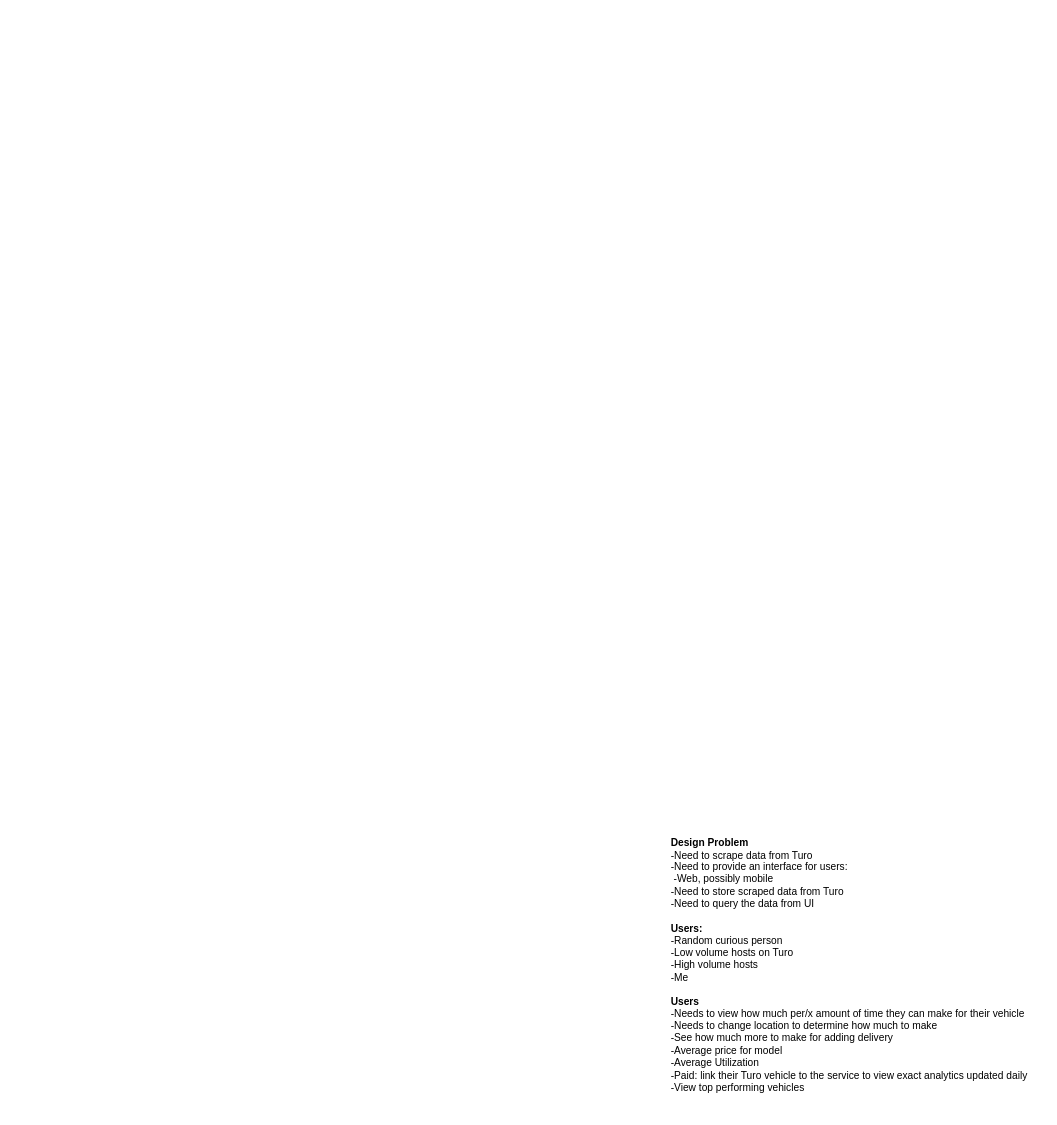
The draw.io diagram page "Problem & Assumptions" (1 of 6) of design/System Design.drawio in jacob-petterle/turo-scraper, before the edit. Source tidied: cells renumbered, new cells numbered last; positions are measured from the earlier drawing's top-left corner, leaving out a move shared by most shapes. Both pictures are drawn from the tidied source at 85%, with x=0, y=0 at pixel (669, 830).
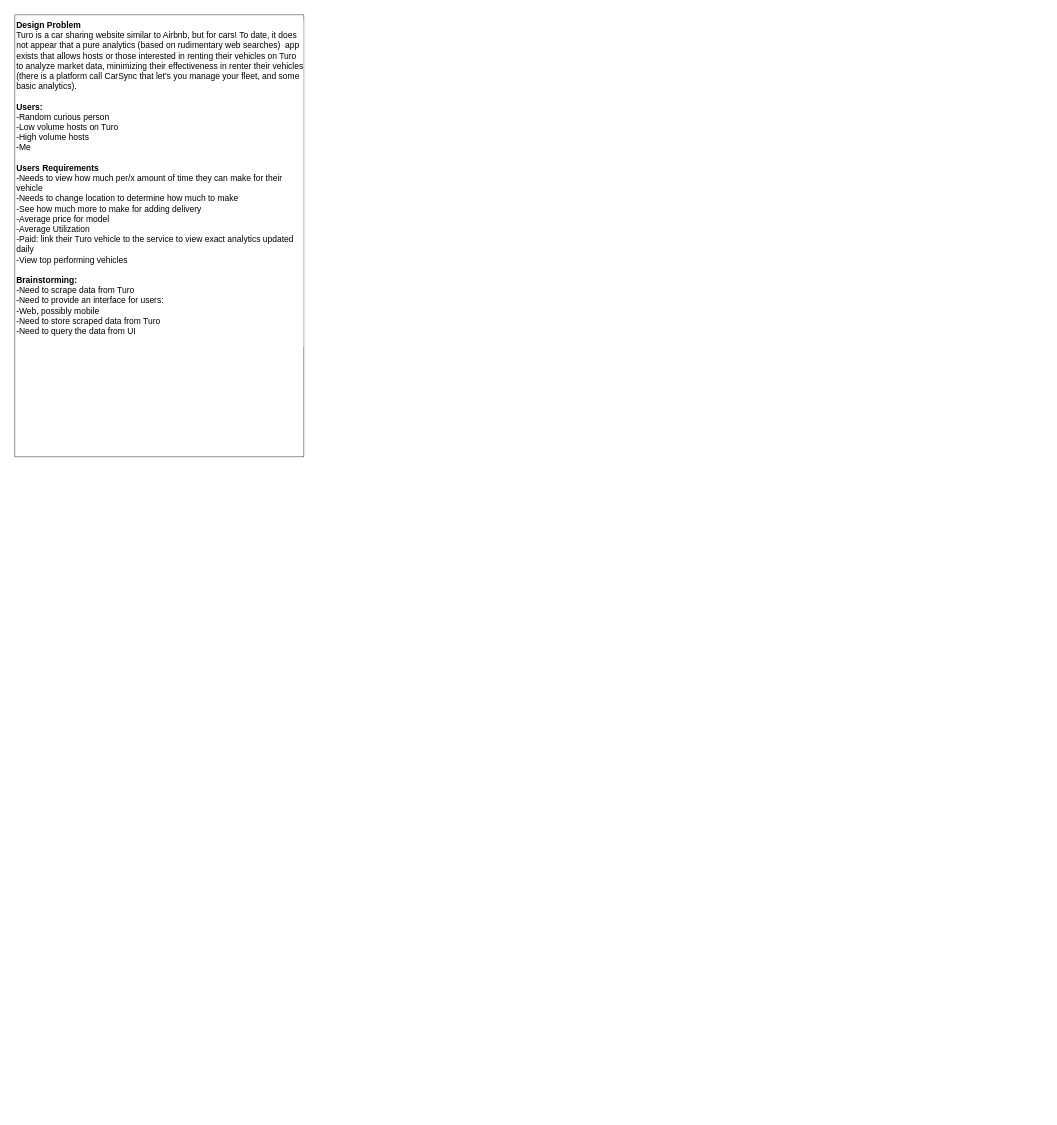
The same diagram, later.

Change to the diagram source:
```diff
@@
 <mxGraphModel>
   <root>
     <mxCell id="0" />
     <mxCell id="1" parent="0" />
-    <mxCell id="2" value="&lt;div style=&quot;&quot;&gt;&lt;/div&gt;&lt;b&gt;Design Problem&lt;/b&gt;&lt;br&gt;&lt;div style=&quot;&quot;&gt;-Need to scrape data from Turo&lt;/div&gt;&lt;div style=&quot;&quot;&gt;-Need to provide an interface for users:&lt;/div&gt;&lt;div style=&quot;&quot;&gt;&lt;span style=&quot;white-space: pre;&quot;&gt; &lt;/span&gt;-Web, possibly mobile&lt;br&gt;&lt;/div&gt;&lt;div style=&quot;&quot;&gt;-Need to store scraped data from Turo&lt;/div&gt;&lt;div style=&quot;&quot;&gt;-Need to query the data from UI&lt;/div&gt;&lt;div style=&quot;&quot;&gt;&lt;br&gt;&lt;/div&gt;&lt;div style=&quot;&quot;&gt;&lt;b&gt;Users:&lt;/b&gt;&lt;/div&gt;&lt;div style=&quot;&quot;&gt;-Random curious person&lt;/div&gt;&lt;div style=&quot;&quot;&gt;-Low volume hosts on Turo&lt;/div&gt;&lt;div style=&quot;&quot;&gt;-High volume hosts&lt;/div&gt;&lt;div style=&quot;&quot;&gt;-Me&lt;/div&gt;&lt;div style=&quot;&quot;&gt;&lt;br&gt;&lt;/div&gt;&lt;div style=&quot;&quot;&gt;&lt;b&gt;Users&lt;/b&gt;&lt;/div&gt;&lt;div style=&quot;&quot;&gt;-Needs to view how much per/x amount of time they can make for their vehicle&lt;/div&gt;&lt;div style=&quot;&quot;&gt;-Needs to change location to determine how much to make&lt;/div&gt;&lt;div style=&quot;&quot;&gt;-See how much more to make for adding delivery&lt;/div&gt;&lt;div style=&quot;&quot;&gt;-Average price for model&lt;/div&gt;&lt;div style=&quot;&quot;&gt;-Average Utilization&lt;/div&gt;&lt;div style=&quot;&quot;&gt;-Paid: link their Turo vehicle to the service to view exact analytics updated daily&lt;/div&gt;&lt;div style=&quot;&quot;&gt;-View top performing vehicles&lt;/div&gt;&lt;div style=&quot;&quot;&gt;&lt;br&gt;&lt;/div&gt;" style="text;html=1;align=left;verticalAlign=middle;strokeColor=none;fillColor=none;" parent="1" vertex="1">
-      <mxGeometry width="440" height="330" as="geometry" />
-    </mxCell>
+    <mxCell id="3" value="&lt;div&gt;&lt;font color=&quot;#000000&quot;&gt;&lt;b&gt;Design Problem&lt;/b&gt;&lt;/font&gt;&lt;/div&gt;&lt;div&gt;&lt;font color=&quot;#000000&quot;&gt;Turo is a car sharing website similar to Airbnb, but for cars! To date, it does not appear that&amp;nbsp;&lt;/font&gt;&lt;span style=&quot;color: rgb(0, 0, 0);&quot;&gt;a pure analytics (based on rudimentary web searches)&amp;nbsp; app exists that allows hosts or those interested&amp;nbsp;&lt;/span&gt;&lt;span style=&quot;color: rgb(0, 0, 0);&quot;&gt;in renting their vehicles on Turo to analyze market data, minimizing their effectiveness in renter their vehicles (there is a platform call CarSync that let's&amp;nbsp;&lt;/span&gt;&lt;span style=&quot;color: rgb(0, 0, 0);&quot;&gt;you manage your fleet, and some basic analytics).&amp;nbsp;&amp;nbsp;&lt;/span&gt;&lt;/div&gt;&lt;div&gt;&lt;font color=&quot;#000000&quot;&gt;&lt;br&gt;&lt;/font&gt;&lt;/div&gt;&lt;div&gt;&lt;b style=&quot;color: rgb(0, 0, 0);&quot;&gt;Users:&lt;/b&gt;&lt;br&gt;&lt;/div&gt;&lt;div&gt;&lt;font color=&quot;#000000&quot;&gt;-Random curious person&lt;/font&gt;&lt;/div&gt;&lt;div&gt;&lt;font color=&quot;#000000&quot;&gt;-Low volume hosts on Turo&lt;/font&gt;&lt;/div&gt;&lt;div&gt;&lt;font color=&quot;#000000&quot;&gt;-High volume hosts&lt;/font&gt;&lt;/div&gt;&lt;div&gt;&lt;font color=&quot;#000000&quot;&gt;-Me&lt;/font&gt;&lt;/div&gt;&lt;div&gt;&lt;font color=&quot;#000000&quot;&gt;&lt;br&gt;&lt;/font&gt;&lt;/div&gt;&lt;div&gt;&lt;font color=&quot;#000000&quot;&gt;&lt;b&gt;Users Requirements&lt;/b&gt;&lt;/font&gt;&lt;/div&gt;&lt;div&gt;&lt;font color=&quot;#000000&quot;&gt;-Needs to view how much per/x amount of time they can make for their vehicle&lt;/font&gt;&lt;/div&gt;&lt;div&gt;&lt;font color=&quot;#000000&quot;&gt;-Needs to change location to determine how much to make&lt;/font&gt;&lt;/div&gt;&lt;div&gt;&lt;font color=&quot;#000000&quot;&gt;-See how much more to make for adding delivery&lt;/font&gt;&lt;/div&gt;&lt;div&gt;&lt;font color=&quot;#000000&quot;&gt;-Average price for model&lt;/font&gt;&lt;/div&gt;&lt;div&gt;&lt;font color=&quot;#000000&quot;&gt;-Average Utilization&lt;/font&gt;&lt;/div&gt;&lt;div&gt;&lt;font color=&quot;#000000&quot;&gt;-Paid: link their Turo vehicle to the service to view exact analytics updated daily&lt;/font&gt;&lt;/div&gt;&lt;div&gt;&lt;font color=&quot;#000000&quot;&gt;-View top performing vehicles&lt;/font&gt;&lt;/div&gt;&lt;div&gt;&lt;font color=&quot;#000000&quot;&gt;&lt;br&gt;&lt;/font&gt;&lt;/div&gt;&lt;div&gt;&lt;font color=&quot;#000000&quot;&gt;&lt;b&gt;Brainstorming:&lt;/b&gt;&lt;/font&gt;&lt;/div&gt;&lt;div&gt;&lt;div&gt;&lt;font color=&quot;#000000&quot;&gt;-Need to scrape data from Turo&lt;/font&gt;&lt;/div&gt;&lt;div&gt;&lt;font color=&quot;#000000&quot;&gt;-Need to provide an interface for users:&lt;/font&gt;&lt;/div&gt;&lt;div&gt;&lt;font color=&quot;#000000&quot;&gt;-Web, possibly mobile&lt;/font&gt;&lt;/div&gt;&lt;div&gt;&lt;font color=&quot;#000000&quot;&gt;-Need to store scraped data from Turo&lt;/font&gt;&lt;/div&gt;&lt;div&gt;&lt;font color=&quot;#000000&quot;&gt;-Need to query the data from UI&lt;/font&gt;&lt;/div&gt;&lt;/div&gt;&lt;div&gt;&lt;br&gt;&lt;/div&gt;" style="rounded=0;whiteSpace=wrap;html=1;labelBackgroundColor=#FFFFFF;strokeColor=default;strokeWidth=0.5;fontSize=10;fontColor=#FF3B14;fillColor=default;align=left;verticalAlign=top;" parent="1" vertex="1">
+      <mxGeometry x="-770" y="-960" width="340" height="520" as="geometry" />
+    </mxCell>
   </root>
 </mxGraphModel>
```
